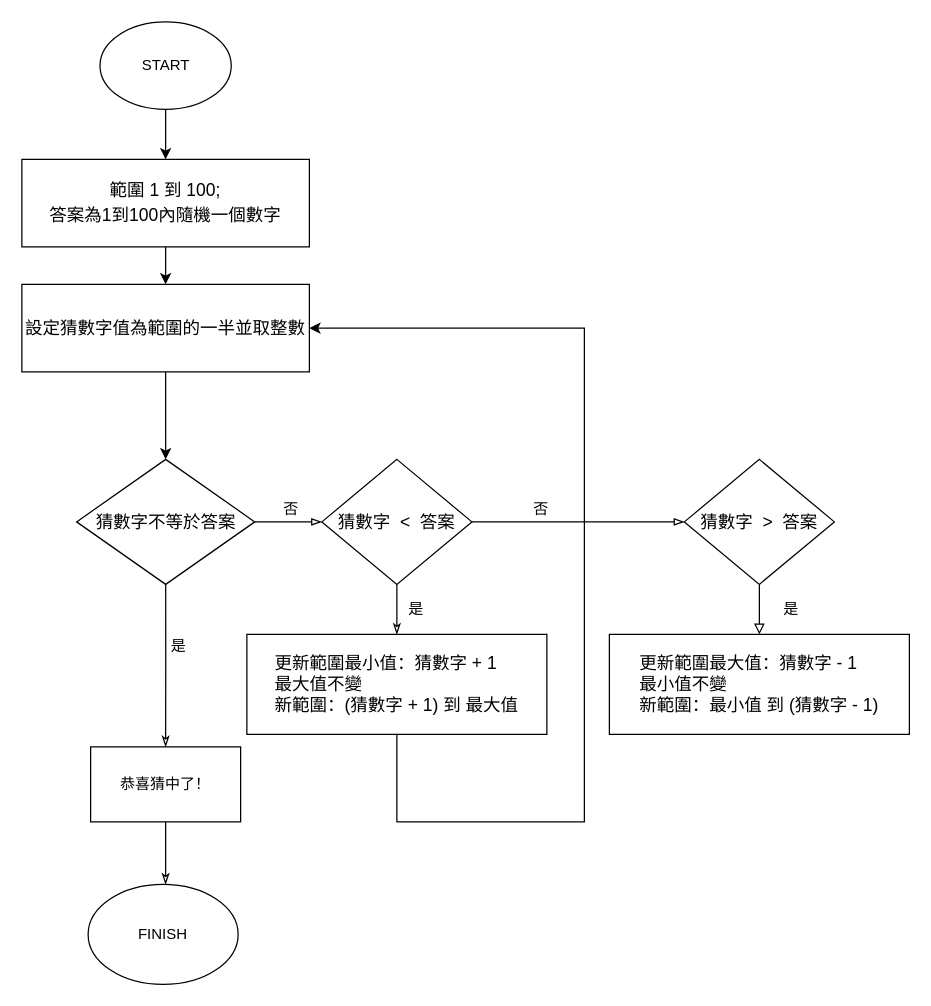
The draw.io diagram Untitled Diagram.drawio in newush/flowcharts, before the edit. Source tidied: cells renumbered, new cells numbered last; positions are measured from the earlier drawing's top-left corner, leaving out a move shared by most shapes. Both pictures are drawn from the tidied source at 125%, with x=0, y=0 at pixel (21, 21).
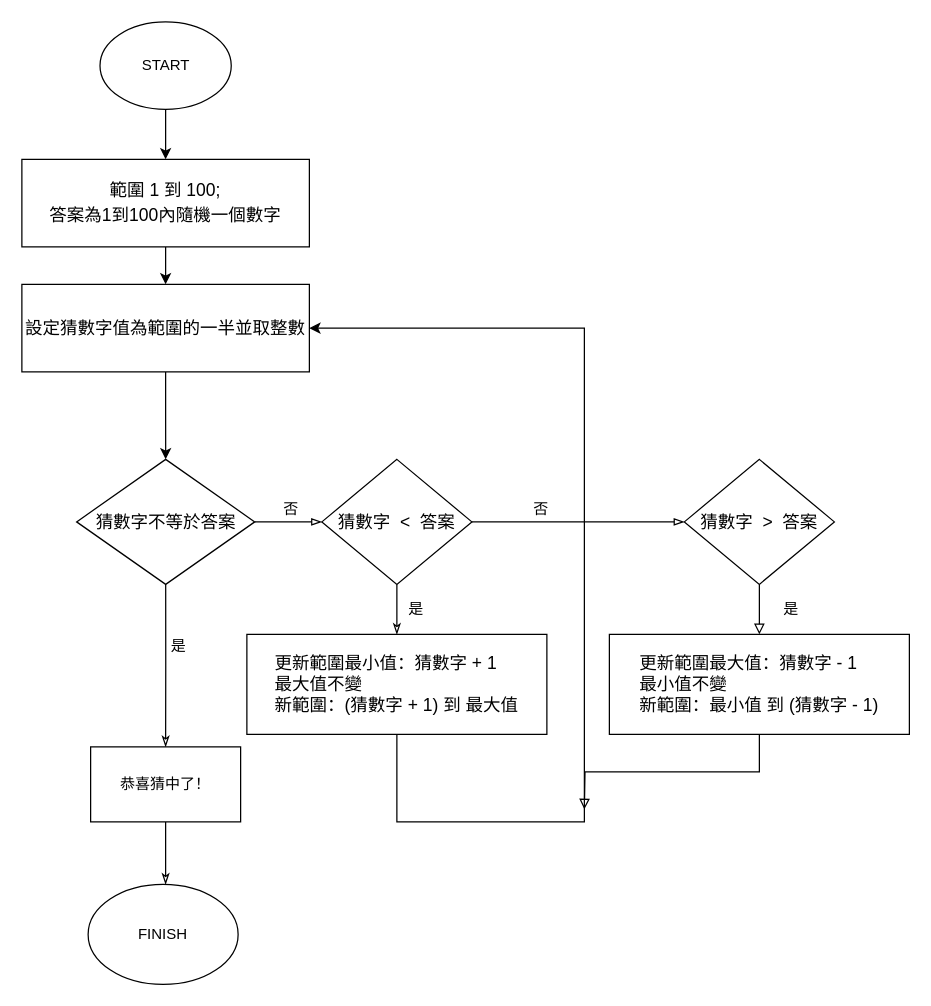
The same page after the edit.

Commit message:
flowchart guessing number

Unchanged cells that the change refers to:
```xml
<mxCell id="26" value="&lt;p style=&quot;line-height: 140%&quot;&gt;&lt;/p&gt;&lt;div style=&quot;text-align: left ; font-size: 14px&quot;&gt;&lt;font style=&quot;font-size: 14px&quot;&gt;更新範圍最大值：猜數字 - 1&lt;/font&gt;&lt;/div&gt;&lt;div style=&quot;text-align: left ; font-size: 14px&quot;&gt;&lt;font style=&quot;font-size: 14px&quot;&gt;最小值不變&lt;/font&gt;&lt;/div&gt;&lt;div style=&quot;text-align: left ; font-size: 14px&quot;&gt;&lt;span&gt;新範圍：最小值 到 (猜數字 - 1)&lt;/span&gt;&lt;/div&gt;&lt;p&gt;&lt;/p&gt;" style="rounded=0;whiteSpace=wrap;html=1;" parent="1" vertex="1">
  <mxGeometry x="470" y="490" width="240" height="80" as="geometry" />
</mxCell>
```

Diff of the diagram source:
```diff
@@
+    <mxCell id="27" style="edgeStyle=orthogonalEdgeStyle;rounded=0;jettySize=auto;html=1;exitX=0.5;exitY=1;exitDx=0;exitDy=0;endArrow=block;endFill=0;" parent="1" edge="1" source="26">
+      <mxGeometry relative="1" as="geometry">
+        <mxPoint x="450" y="630" as="targetPoint" />
+      </mxGeometry>
+    </mxCell>
```
